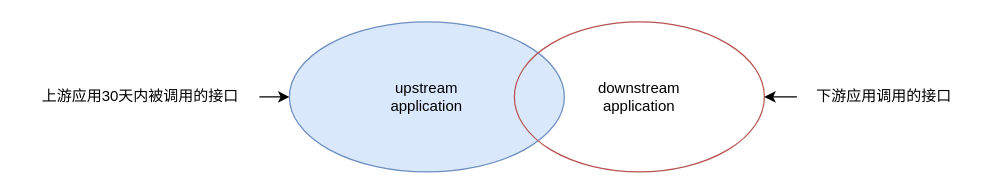
wupei-w/diagrams keeps this draw.io diagram as upstream.drawio. Above is the earlier version. Source tidied: cells renumbered, new cells numbered last; positions are measured from the earlier drawing's top-left corner, leaving out a move shared by most shapes. Both pictures are drawn from the tidied source at 125%, with x=0, y=0 at pixel (21, 21).
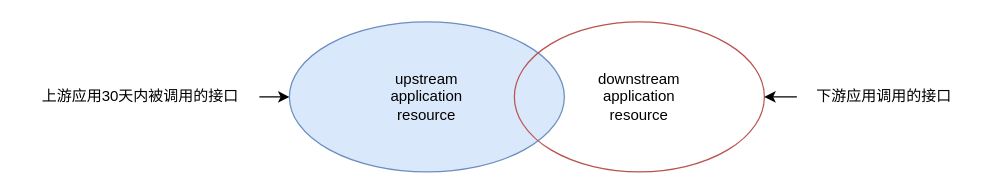
The same page after the edit.

The edit, as a diff of the source:
```diff
@@
 <mxGraphModel>
   <root>
     <mxCell id="0" />
     <mxCell id="1" parent="0" />
-    <mxCell id="2" value="upstream &lt;br&gt;application" style="ellipse;whiteSpace=wrap;html=1;fillColor=#dae8fc;strokeColor=#6c8ebf;flipH=0;flipV=1;" parent="1" vertex="1">
+    <mxCell id="2" value="upstream &lt;br&gt;application&lt;br&gt;resource" style="ellipse;whiteSpace=wrap;html=1;fillColor=#dae8fc;strokeColor=#6c8ebf;flipH=0;flipV=1;" parent="1" vertex="1">
       <mxGeometry x="214" width="220" height="120" as="geometry" />
     </mxCell>
-    <mxCell id="3" value="downstream&lt;br&gt;application" style="ellipse;whiteSpace=wrap;html=1;fillColor=none;strokeColor=#b85450;" parent="1" vertex="1">
+    <mxCell id="3" value="downstream&lt;br&gt;application&lt;br&gt;resource" style="ellipse;whiteSpace=wrap;html=1;fillColor=none;strokeColor=#b85450;" parent="1" vertex="1">
       <mxGeometry x="394" width="200" height="120" as="geometry" />
     </mxCell>
     <mxCell id="4" style="edgeStyle=orthogonalEdgeStyle;rounded=0;jettySize=auto;html=1;" parent="1" edge="1" source="5" target="2">
       <mxGeometry relative="1" as="geometry" />
     </mxCell>
     <mxCell id="5" value="上游应用30天内被调用的接口" style="text;html=1;strokeColor=none;fillColor=none;align=center;verticalAlign=middle;whiteSpace=wrap;rounded=0;" parent="1" vertex="1">
       <mxGeometry y="45" width="190" height="30" as="geometry" />
     </mxCell>
     <mxCell id="6" style="edgeStyle=orthogonalEdgeStyle;rounded=0;jettySize=auto;html=1;" parent="1" edge="1" source="7" target="3">
       <mxGeometry relative="1" as="geometry" />
     </mxCell>
     <mxCell id="7" value="下游应用调用的接口" style="text;html=1;strokeColor=none;fillColor=none;align=center;verticalAlign=middle;whiteSpace=wrap;rounded=0;" parent="1" vertex="1">
       <mxGeometry x="620" y="45" width="140" height="30" as="geometry" />
     </mxCell>
   </root>
 </mxGraphModel>
```
